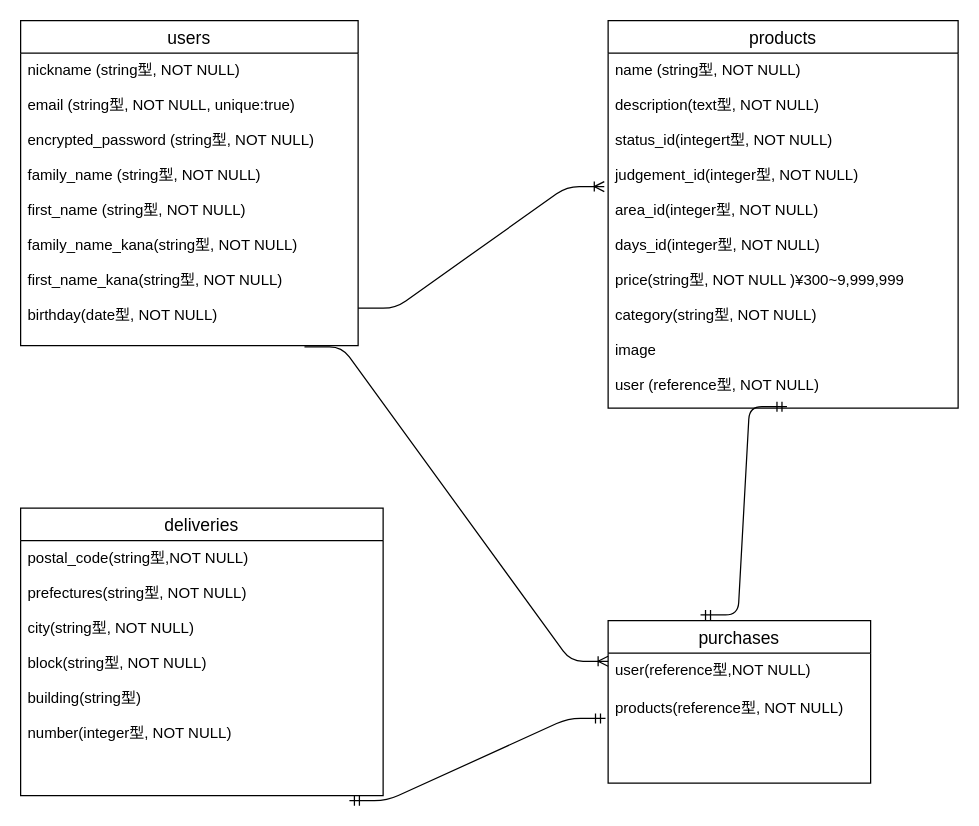
Earlier version of the draw.io diagram furima.dio (Sakenomi22/furima-35696). Source tidied: cells renumbered, new cells numbered last; positions are measured from the earlier drawing's top-left corner, leaving out a move shared by most shapes. Both pictures are drawn from the tidied source at 125%, with x=0, y=0 at pixel (20, 20).
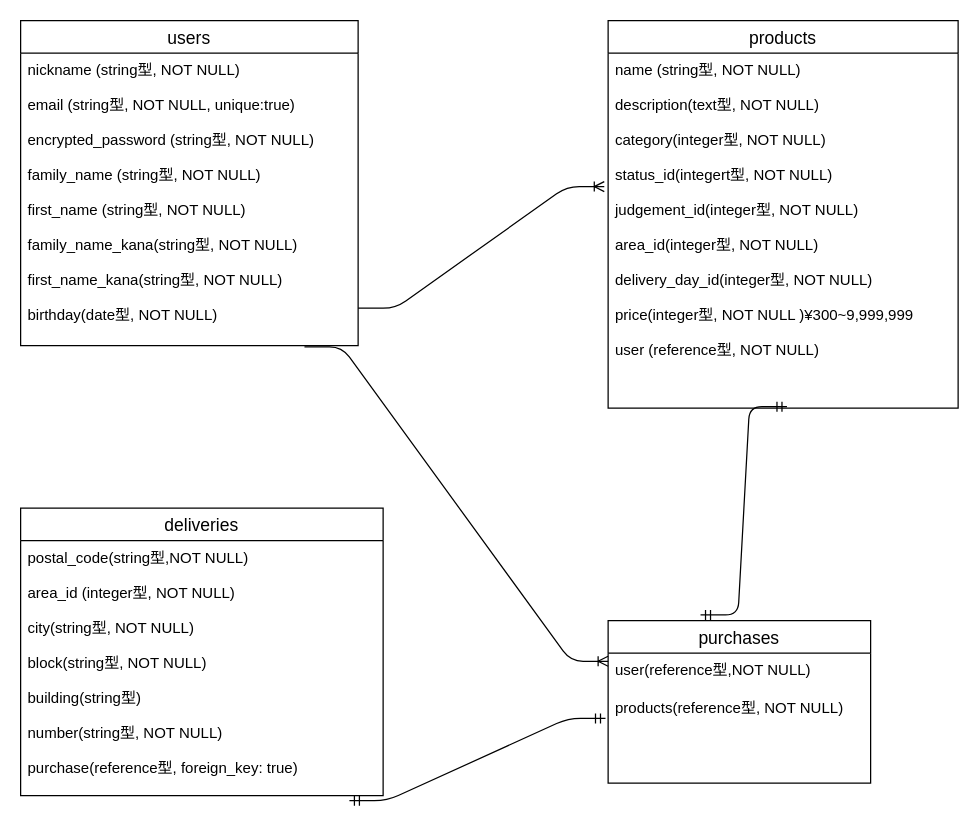
The same page after the edit.

What changed in the source:
```diff
@@
 <mxGraphModel>
   <root>
     <mxCell id="0" />
     <mxCell id="1" parent="0" />
     <mxCell id="2" value="users" style="swimlane;fontStyle=0;horizontal=1;startSize=26;align=center;fontSize=14;" parent="1" vertex="1">
       <mxGeometry width="270" height="260" as="geometry" />
     </mxCell>
     <mxCell id="3" value="nickname (string型, NOT NULL)&#10;&#10;email (string型, NOT NULL, unique:true)&#10;&#10;encrypted_password (string型, NOT NULL)&#10;&#10;family_name (string型, NOT NULL)&#10;&#10;first_name (string型, NOT NULL)&#10;&#10;family_name_kana(string型, NOT NULL)&#10;&#10;first_name_kana(string型, NOT NULL)&#10;&#10;birthday(date型, NOT NULL)" style="text;strokeColor=none;fillColor=none;spacingLeft=4;spacingRight=4;overflow=hidden;points=[[0,0.5],[1,0.5]];portConstraint=eastwest;fontSize=12;" parent="2" vertex="1">
       <mxGeometry y="26" width="270" height="234" as="geometry" />
     </mxCell>
     <mxCell id="4" value="products" style="swimlane;fontStyle=0;horizontal=1;startSize=26;align=center;fontSize=14;" parent="1" vertex="1">
       <mxGeometry x="470" width="280" height="310" as="geometry" />
     </mxCell>
-    <mxCell id="5" value="name (string型, NOT NULL)&#10;&#10;description(text型, NOT NULL)&#10;&#10;status_id(integert型, NOT NULL)&#10;&#10;judgement_id(integer型, NOT NULL)&#10;&#10;area_id(integer型, NOT NULL)&#10;&#10;days_id(integer型, NOT NULL)&#10;&#10;price(string型, NOT NULL )¥300~9,999,999&#10;&#10;category(string型, NOT NULL)&#10;&#10;image&#10;&#10;user (reference型, NOT NULL)&#10;&#10;&#10;&#10;&#10;" style="text;strokeColor=none;fillColor=none;spacingLeft=4;spacingRight=4;overflow=hidden;points=[[0,0.5],[1,0.5]];portConstraint=eastwest;fontSize=12;" parent="4" vertex="1">
+    <mxCell id="5" value="name (string型, NOT NULL)&#10;&#10;description(text型, NOT NULL)&#10;&#10;category(integer型, NOT NULL)&#10;&#10;status_id(integert型, NOT NULL)&#10;&#10;judgement_id(integer型, NOT NULL)&#10;&#10;area_id(integer型, NOT NULL)&#10;&#10;delivery_day_id(integer型, NOT NULL)&#10;&#10;price(integer型, NOT NULL )¥300~9,999,999&#10;&#10;user (reference型, NOT NULL)&#10;&#10;&#10;" style="text;strokeColor=none;fillColor=none;spacingLeft=4;spacingRight=4;overflow=hidden;points=[[0,0.5],[1,0.5]];portConstraint=eastwest;fontSize=12;" parent="4" vertex="1">
       <mxGeometry y="26" width="280" height="284" as="geometry" />
     </mxCell>
     <mxCell id="6" value="deliveries" style="swimlane;fontStyle=0;horizontal=1;startSize=26;align=center;fontSize=14;" parent="1" vertex="1">
       <mxGeometry y="390" width="290" height="230" as="geometry" />
     </mxCell>
-    <mxCell id="7" value="postal_code(string型,NOT NULL)&#10;&#10;prefectures(string型, NOT NULL)&#10;&#10;city(string型, NOT NULL)&#10;&#10;block(string型, NOT NULL)&#10;&#10;building(string型)&#10;&#10;number(integer型, NOT NULL)&#10;&#10;&#10;&#10;&#10;&#10;&#10;" style="text;strokeColor=none;fillColor=none;spacingLeft=4;spacingRight=4;overflow=hidden;points=[[0,0.5],[1,0.5]];portConstraint=eastwest;fontSize=12;" parent="6" vertex="1">
+    <mxCell id="7" value="postal_code(string型,NOT NULL)&#10;&#10;area_id (integer型, NOT NULL)&#10;&#10;city(string型, NOT NULL)&#10;&#10;block(string型, NOT NULL)&#10;&#10;building(string型)&#10;&#10;number(string型, NOT NULL)&#10;&#10;purchase(reference型, foreign_key: true)&#10;&#10;&#10;&#10;&#10;&#10;" style="text;strokeColor=none;fillColor=none;spacingLeft=4;spacingRight=4;overflow=hidden;points=[[0,0.5],[1,0.5]];portConstraint=eastwest;fontSize=12;" parent="6" vertex="1">
       <mxGeometry y="26" width="290" height="204" as="geometry" />
     </mxCell>
     <mxCell id="8" style="edgeStyle=entityRelationEdgeStyle;fontSize=12;html=1;endArrow=ERoneToMany;entryX=-0.011;entryY=0.376;entryDx=0;entryDy=0;entryPerimeter=0;" parent="1" edge="1" target="5">
       <mxGeometry relative="1" as="geometry">
         <mxPoint x="270" y="230" as="sourcePoint" />
       </mxGeometry>
     </mxCell>
     <mxCell id="9" value="purchases" style="swimlane;fontStyle=0;horizontal=1;startSize=26;align=center;fontSize=14;" parent="1" vertex="1">
       <mxGeometry x="470" y="480" width="210" height="130" as="geometry" />
     </mxCell>
     <mxCell id="10" value="user(reference型,NOT NULL)&#10;" style="text;strokeColor=none;fillColor=none;spacingLeft=4;spacingRight=4;overflow=hidden;fontSize=12;" parent="9" vertex="1">
       <mxGeometry y="26" width="210" height="30" as="geometry" />
     </mxCell>
     <mxCell id="11" value="products(reference型, NOT NULL)" style="text;strokeColor=none;fillColor=none;spacingLeft=4;spacingRight=4;overflow=hidden;points=[[0,0.5],[1,0.5]];portConstraint=eastwest;fontSize=12;" parent="9" vertex="1">
       <mxGeometry y="56" width="210" height="74" as="geometry" />
     </mxCell>
     <mxCell id="12" style="edgeStyle=entityRelationEdgeStyle;fontSize=12;html=1;endArrow=ERoneToMany;entryX=0;entryY=0.25;entryDx=0;entryDy=0;exitX=0.841;exitY=1.004;exitDx=0;exitDy=0;exitPerimeter=0;" parent="1" edge="1" source="3" target="9">
       <mxGeometry relative="1" as="geometry" />
     </mxCell>
     <mxCell id="13" style="edgeStyle=entityRelationEdgeStyle;fontSize=12;html=1;endArrow=ERmandOne;startArrow=ERmandOne;exitX=0.352;exitY=-0.035;exitDx=0;exitDy=0;exitPerimeter=0;entryX=0.511;entryY=0.996;entryDx=0;entryDy=0;entryPerimeter=0;" parent="1" edge="1" source="9" target="5">
       <mxGeometry relative="1" as="geometry" />
     </mxCell>
     <mxCell id="14" style="edgeStyle=entityRelationEdgeStyle;fontSize=12;html=1;endArrow=ERmandOne;startArrow=ERmandOne;entryX=-0.01;entryY=0.3;entryDx=0;entryDy=0;entryPerimeter=0;exitX=0.907;exitY=1.02;exitDx=0;exitDy=0;exitPerimeter=0;" parent="1" edge="1" source="7" target="11">
       <mxGeometry relative="1" as="geometry" />
     </mxCell>
   </root>
 </mxGraphModel>
```
